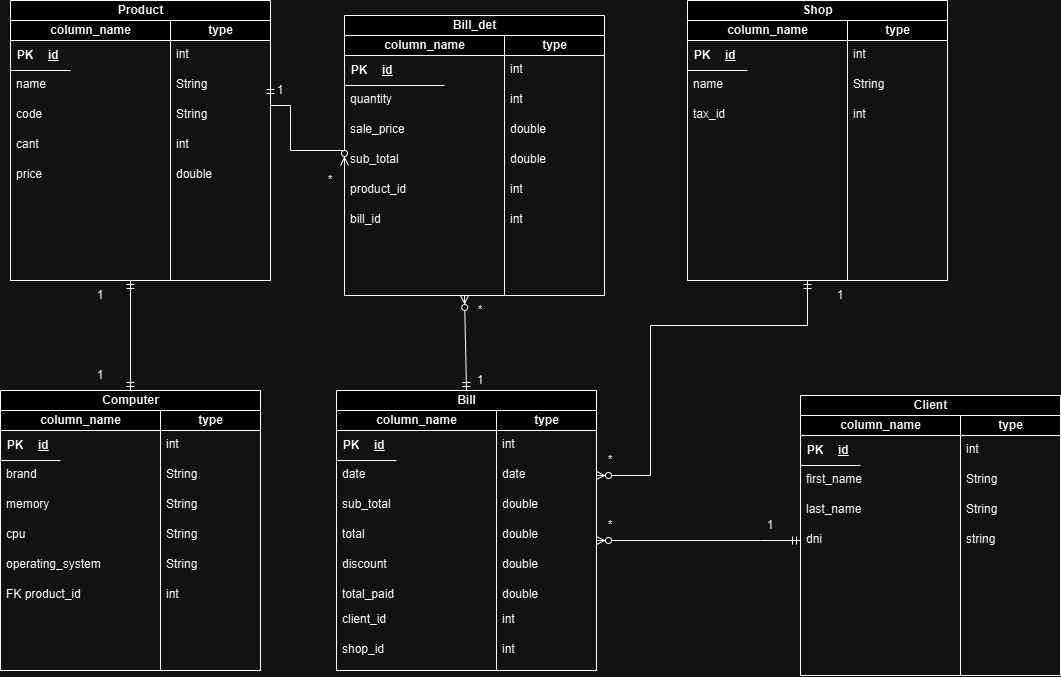
Above: screenshot/relational entity diagram.drawio.png in abdiaslabrador/java_computers_shop_api_ff5 (draw.io), before the change. Source tidied: cells renumbered, new cells last; positions are measured from the earlier drawing's top-left corner, leaving out a move shared by most shapes.
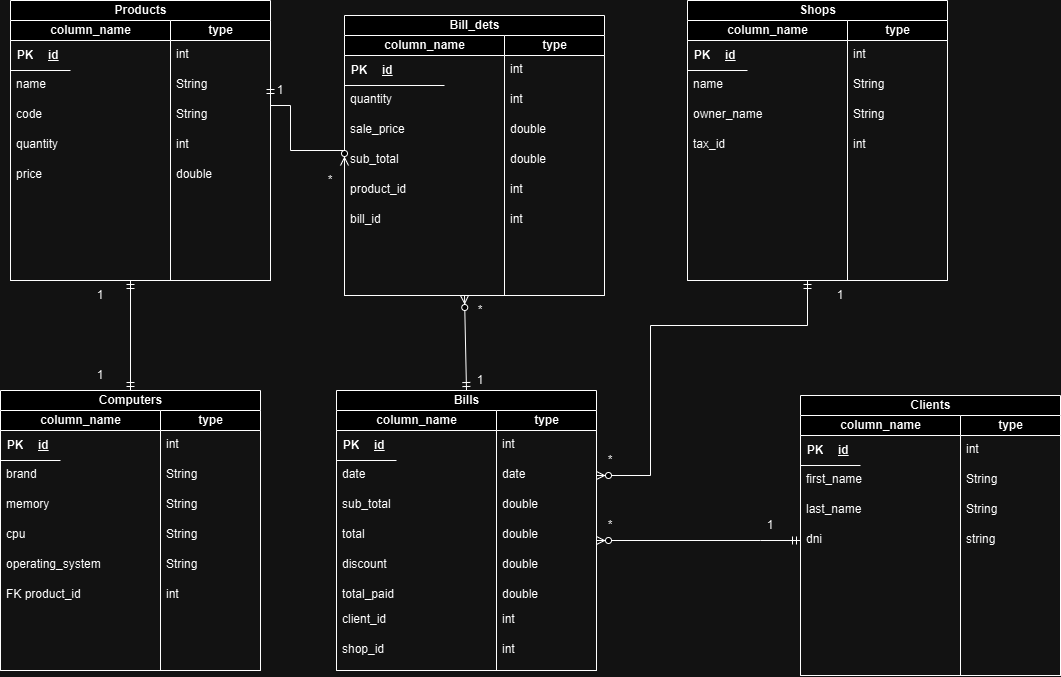
Later version of the same file.

Commit message:
diagram pictures added and Shop's ownerName attribute was added

What changed in the source:
```diff
@@ -2,7 +2,7 @@
   <root>
     <mxCell id="0" />
     <mxCell id="1" parent="0" />
-    <mxCell id="2" value="Shop" style="swimlane;startSize=20;html=1;strokeColor=default;" parent="1" vertex="1">
+    <mxCell id="2" value="Shops" style="swimlane;startSize=20;html=1;strokeColor=default;" parent="1" vertex="1">
       <mxGeometry x="687" width="260" height="280" as="geometry" />
     </mxCell>
     <mxCell id="3" value="column_name" style="swimlane;startSize=20;html=1;" parent="2" vertex="1">
@@ -11,7 +11,7 @@
     <mxCell id="4" value="name" style="text;align=left;verticalAlign=top;spacingLeft=4;spacingRight=4;overflow=hidden;" parent="3" vertex="1">
       <mxGeometry y="50" width="110" height="30" as="geometry" />
     </mxCell>
-    <mxCell id="5" value="tax_id" style="text;align=left;verticalAlign=top;spacingLeft=4;spacingRight=4;overflow=hidden;" parent="3" vertex="1">
+    <mxCell id="5" value="owner_name" style="text;align=left;verticalAlign=top;spacingLeft=4;spacingRight=4;overflow=hidden;" parent="3" vertex="1">
       <mxGeometry y="80" width="110" height="30" as="geometry" />
     </mxCell>
     <mxCell id="6" style="shape=table;startSize=0;rowLines=0;fontStyle=0;align=center;strokeColor=none;fillColor=none;" parent="3" vertex="1">
@@ -32,13 +32,19 @@
     <mxCell id="11" value="int" style="text;align=left;verticalAlign=top;spacingLeft=4;spacingRight=4;overflow=hidden;" parent="10" vertex="1">
       <mxGeometry y="20" width="80" height="30" as="geometry" />
     </mxCell>
-    <mxCell id="12" value="int" style="text;align=left;verticalAlign=top;spacingLeft=4;spacingRight=4;overflow=hidden;" parent="10" vertex="1">
+    <mxCell id="12" value="String" style="text;align=left;verticalAlign=top;spacingLeft=4;spacingRight=4;overflow=hidden;" parent="10" vertex="1">
       <mxGeometry y="80" width="80" height="30" as="geometry" />
     </mxCell>
     <mxCell id="13" value="String" style="text;align=left;verticalAlign=top;spacingLeft=4;spacingRight=4;overflow=hidden;" parent="10" vertex="1">
       <mxGeometry y="50" width="80" height="30" as="geometry" />
     </mxCell>
+    <mxCell id="117" value="tax_id" style="text;align=left;verticalAlign=top;spacingLeft=4;spacingRight=4;overflow=hidden;" parent="10" vertex="1">
+      <mxGeometry x="-160" y="110" width="110" height="30" as="geometry" />
+    </mxCell>
+    <mxCell id="118" value="int" style="text;align=left;verticalAlign=top;spacingLeft=4;spacingRight=4;overflow=hidden;" parent="10" vertex="1">
+      <mxGeometry y="110" width="80" height="30" as="geometry" />
+    </mxCell>
-    <mxCell id="14" value="Computer" style="swimlane;startSize=20;html=1;" parent="1" vertex="1">
+    <mxCell id="14" value="Computers" style="swimlane;startSize=20;html=1;" parent="1" vertex="1">
       <mxGeometry y="390" width="260" height="280" as="geometry" />
     </mxCell>
     <mxCell id="15" value="column_name" style="swimlane;startSize=20;html=1;" parent="14" vertex="1">
@@ -92,7 +98,7 @@
     <mxCell id="31" value="int" style="text;align=left;verticalAlign=top;spacingLeft=4;spacingRight=4;overflow=hidden;" parent="24" vertex="1">
       <mxGeometry y="170" width="80" height="30" as="geometry" />
     </mxCell>
-    <mxCell id="32" value="Client" style="swimlane;startSize=20;html=1;" parent="1" vertex="1">
+    <mxCell id="32" value="Clients" style="swimlane;startSize=20;html=1;" parent="1" vertex="1">
       <mxGeometry x="800" y="395" width="260" height="280" as="geometry" />
     </mxCell>
     <mxCell id="33" value="column_name" style="swimlane;startSize=20;html=1;" parent="32" vertex="1">
@@ -141,7 +147,7 @@
         </Array>
       </mxGeometry>
     </mxCell>
-    <mxCell id="47" value="Product" style="swimlane;startSize=20;html=1;" parent="1" vertex="1">
+    <mxCell id="47" value="Products" style="swimlane;startSize=20;html=1;" parent="1" vertex="1">
       <mxGeometry x="10" width="260" height="280" as="geometry" />
     </mxCell>
     <mxCell id="48" value="column_name" style="swimlane;startSize=20;html=1;" parent="47" vertex="1">
@@ -165,7 +171,7 @@
     <mxCell id="54" value="code" style="text;align=left;verticalAlign=top;spacingLeft=4;spacingRight=4;overflow=hidden;" parent="48" vertex="1">
       <mxGeometry y="80" width="110" height="30" as="geometry" />
     </mxCell>
-    <mxCell id="55" value="cant" style="text;align=left;verticalAlign=top;spacingLeft=4;spacingRight=4;overflow=hidden;" parent="48" vertex="1">
+    <mxCell id="55" value="quantity" style="text;align=left;verticalAlign=top;spacingLeft=4;spacingRight=4;overflow=hidden;" parent="48" vertex="1">
       <mxGeometry y="110" width="110" height="30" as="geometry" />
     </mxCell>
     <mxCell id="56" value="price" style="text;align=left;verticalAlign=top;spacingLeft=4;spacingRight=4;overflow=hidden;" parent="48" vertex="1">
@@ -198,7 +204,7 @@
     <mxCell id="65" value="1" style="text;html=1;align=center;verticalAlign=middle;whiteSpace=wrap;rounded=0;" parent="1" vertex="1">
       <mxGeometry x="70" y="360" width="60" height="30" as="geometry" />
     </mxCell>
-    <mxCell id="66" value="Bill_det" style="swimlane;startSize=20;html=1;" parent="1" vertex="1">
+    <mxCell id="66" value="Bill_dets" style="swimlane;startSize=20;html=1;" parent="1" vertex="1">
       <mxGeometry x="344" y="15" width="260" height="280" as="geometry" />
     </mxCell>
     <mxCell id="67" value="column_name" style="swimlane;startSize=20;html=1;" parent="66" vertex="1">
@@ -271,7 +277,7 @@
     <mxCell id="87" value="1" style="text;html=1;align=center;verticalAlign=middle;whiteSpace=wrap;rounded=0;" parent="1" vertex="1">
       <mxGeometry x="250" y="75" width="60" height="30" as="geometry" />
     </mxCell>
-    <mxCell id="88" value="Bill" style="swimlane;startSize=20;html=1;" parent="1" vertex="1">
+    <mxCell id="88" value="Bills" style="swimlane;startSize=20;html=1;" parent="1" vertex="1">
       <mxGeometry x="336" y="390" width="260" height="280" as="geometry" />
     </mxCell>
     <mxCell id="89" value="column_name" style="swimlane;startSize=20;html=1;" parent="88" vertex="1">
```
